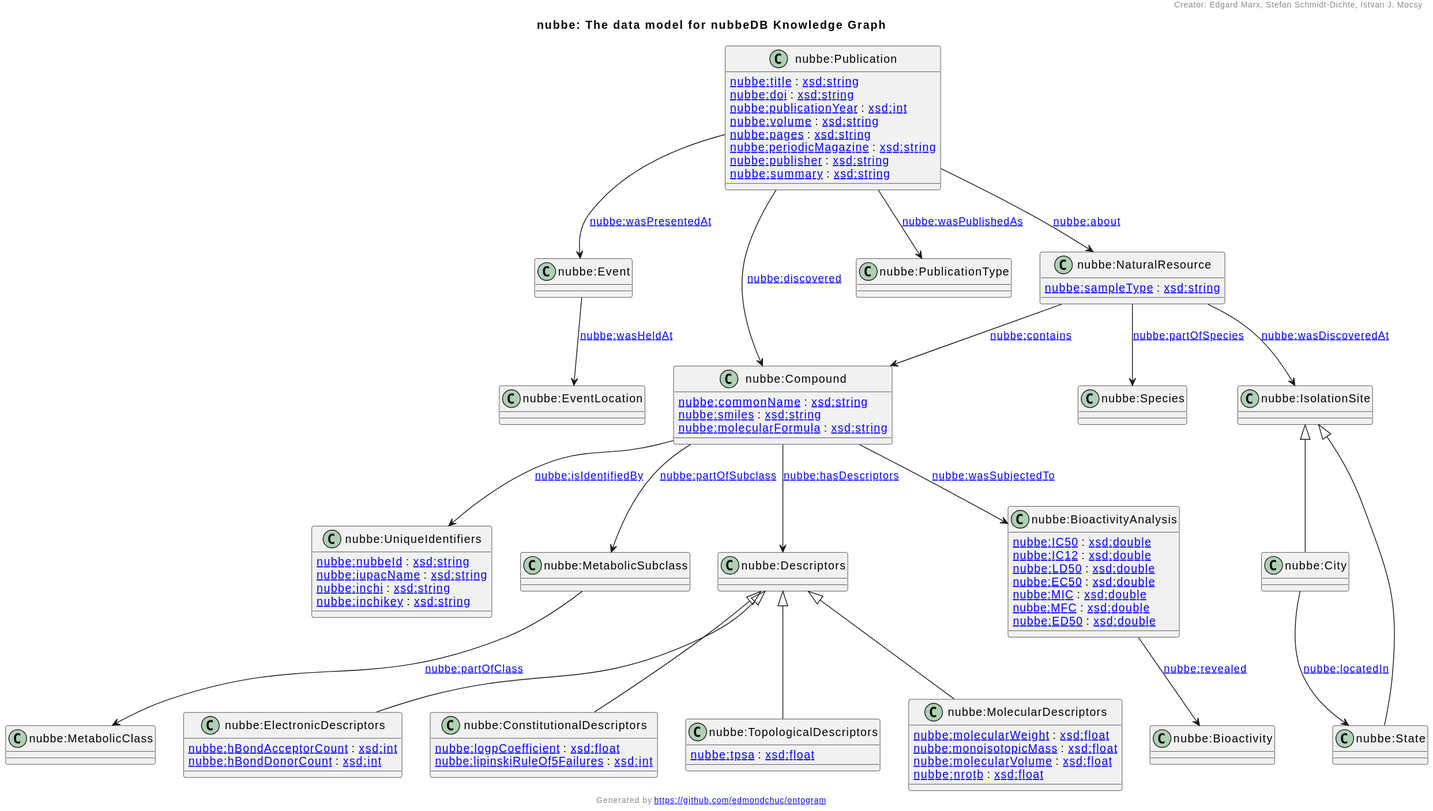
Earlier version of the PlantUML export nubbe_schema_1_1_0.ttl.txt.svg (chemnet-io/nubbeKG).
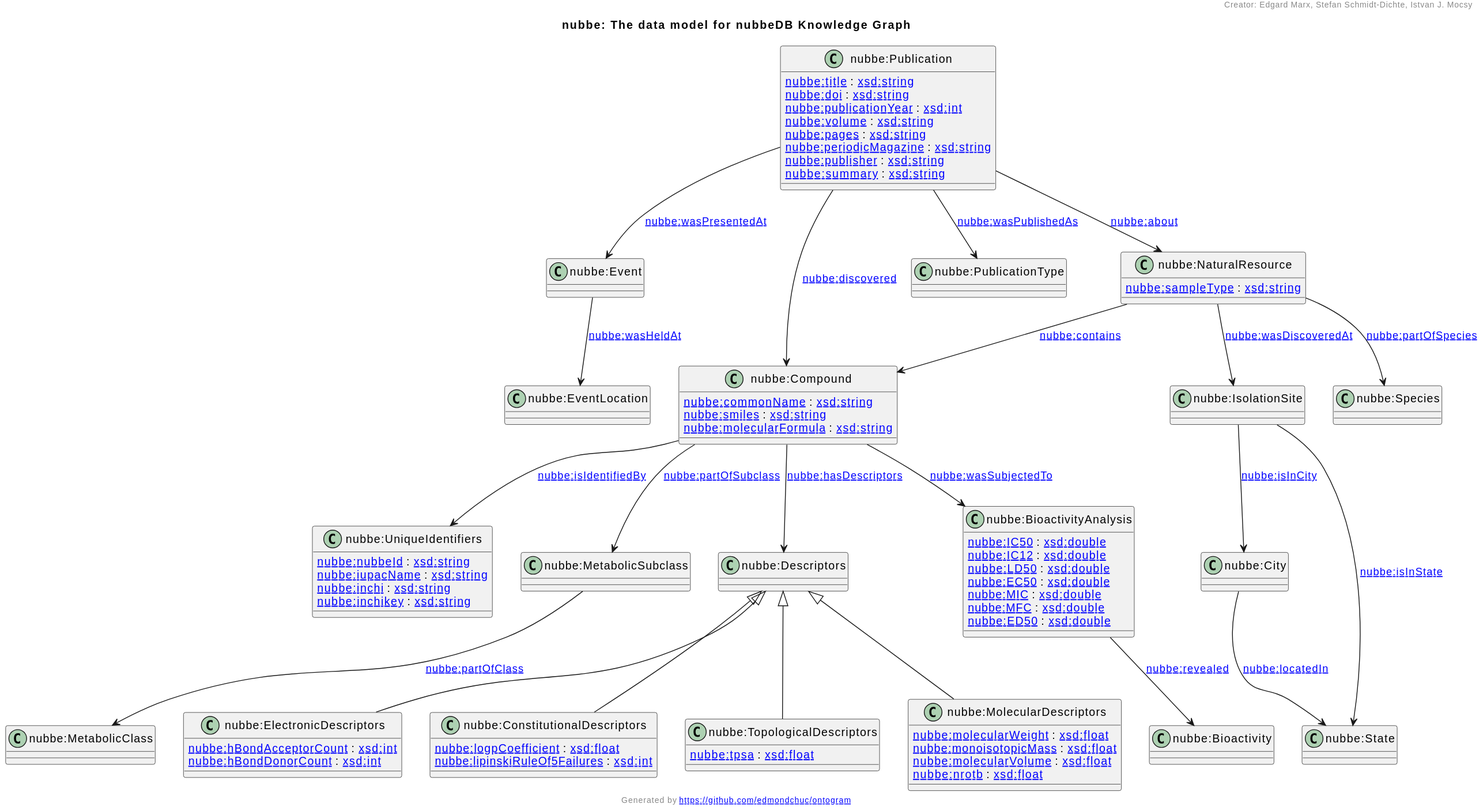
The same file after the commit.

Commit message:
fresh class diagram

Change to the diagram source:
```diff
@@ -4,8 +4,6 @@
 "nubbe:Descriptors" <|-- "nubbe:ConstitutionalDescriptors"
 "nubbe:Descriptors" <|-- "nubbe:TopologicalDescriptors"
 "nubbe:Descriptors" <|-- "nubbe:MolecularDescriptors"
-"nubbe:IsolationSite" <|-- "nubbe:City"
-"nubbe:IsolationSite" <|-- "nubbe:State"
 Class "nubbe:Compound" [[http://nubbekg.aksw.org/ontology#Compound]] {
 [[http://nubbekg.aksw.org/ontology#commonName nubbe:commonName]] : [[http://www.w3.org/2001/XMLSchema#string xsd:string]]
 [[http://nubbekg.aksw.org/ontology#smiles nubbe:smiles]] : [[http://www.w3.org/2001/XMLSchema#string xsd:string]]
@@ -82,6 +80,8 @@
 "nubbe:Publication" --> "nubbe:Compound" : "[[http://nubbekg.aksw.org/ontology#discovered nubbe:discovered]]"
 "nubbe:NaturalResource" --> "nubbe:IsolationSite" : "[[http://nubbekg.aksw.org/ontology#wasDiscoveredAt nubbe:wasDiscoveredAt]]"
 "nubbe:Event" --> "nubbe:EventLocation" : "[[http://nubbekg.aksw.org/ontology#wasHeldAt nubbe:wasHeldAt]]"
+"nubbe:IsolationSite" --> "nubbe:City" : "[[http://nubbekg.aksw.org/ontology#isInCity nubbe:isInCity]]"
+"nubbe:IsolationSite" --> "nubbe:State" : "[[http://nubbekg.aksw.org/ontology#isInState nubbe:isInState]]"
 "nubbe:Publication" --> "nubbe:Event" : "[[http://nubbekg.aksw.org/ontology#wasPresentedAt nubbe:wasPresentedAt]]"
 "nubbe:Compound" --> "nubbe:BioactivityAnalysis" : "[[http://nubbekg.aksw.org/ontology#wasSubjectedTo nubbe:wasSubjectedTo]]"
 "nubbe:Compound" --> "nubbe:UniqueIdentifiers" : "[[http://nubbekg.aksw.org/ontology#isIdentifiedBy nubbe:isIdentifiedBy]]"
```
